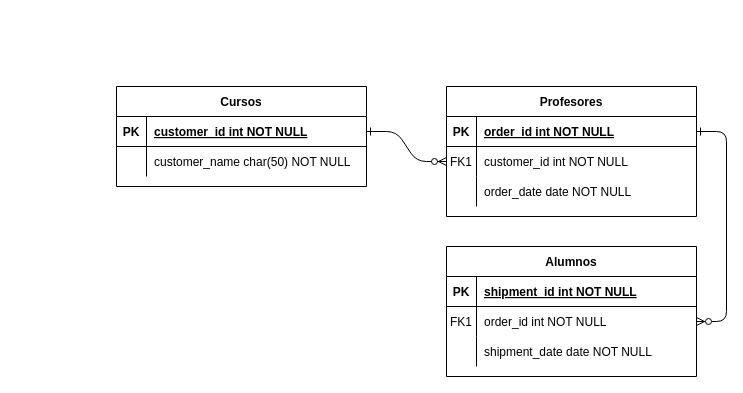
Above: Untitled Diagram.drawio in danielryvero/Data-Analyst (draw.io), before the change. Source tidied: cells renumbered, new cells numbered last; positions are measured from the earlier drawing's top-left corner, leaving out a move shared by most shapes. Both pictures are drawn from the tidied source at 100%, with x=0, y=0 at pixel (116, 86).
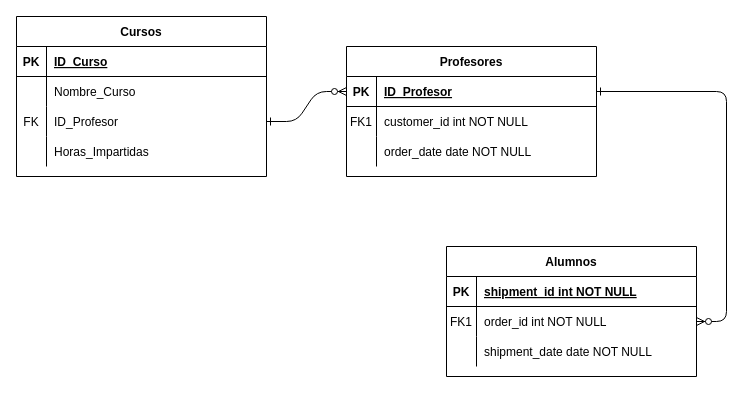
Above is the later version.

Unchanged cells that the change refers to:
```xml
<mxCell id="5" style="shape=partialRectangle;fillColor=none;points=[[0,0.5],[1,0.5]];portConstraint=eastwest;top=0;left=0;right=0;bottom=1;" parent="4" vertex="1">
  <mxGeometry y="30" width="250" height="30" as="geometry" />
</mxCell>
<mxCell id="8" style="shape=partialRectangle;fillColor=none;points=[[0,0.5],[1,0.5]];portConstraint=eastwest;top=0;left=0;right=0;bottom=0;" parent="4" vertex="1">
  <mxGeometry y="60" width="250" height="30" as="geometry" />
</mxCell>
<mxCell id="25" style="shape=partialRectangle;fillColor=none;points=[[0,0.5],[1,0.5]];portConstraint=eastwest;top=0;left=0;right=0;bottom=1;" parent="24" vertex="1">
  <mxGeometry y="30" width="250" height="30" as="geometry" />
</mxCell>
<mxCell id="28" style="shape=partialRectangle;fillColor=none;top=0;left=0;right=0;bottom=0;" parent="24" vertex="1">
  <mxGeometry y="60" width="250" height="30" as="geometry" />
</mxCell>
```

Diff of the diagram source:
```diff
@@
-    <mxCell id="2" style="edgeStyle=entityRelationEdgeStyle;endArrow=ERzeroToMany;startArrow=ERone;endFill=1;startFill=0;" parent="1" edge="1" source="25" target="8">
+    <mxCell id="2" style="edgeStyle=entityRelationEdgeStyle;endArrow=ERzeroToMany;startArrow=ERone;endFill=1;startFill=0;exitX=1;exitY=0.5;exitDx=0;exitDy=0;entryX=0;entryY=0.5;entryDx=0;entryDy=0;" parent="1" edge="1" source="31" target="5">
       <mxGeometry relative="1" as="geometry" />
     </mxCell>
@@
     <mxCell id="4" value="Profesores" style="shape=table;startSize=30;childLayout=tableLayout;rowLines=0;fontStyle=1;align=center;" parent="1" vertex="1">
-      <mxGeometry x="330" width="250" height="130" as="geometry" />
+      <mxGeometry x="230" y="-40" width="250" height="130" as="geometry" />
     </mxCell>
@@
-    <mxCell id="7" value="order_id int NOT NULL " style="shape=partialRectangle;overflow=hidden;fillColor=none;top=0;left=0;bottom=0;right=0;align=left;spacingLeft=6;fontStyle=5;" parent="5" vertex="1">
+    <mxCell id="7" value="ID_Profesor" style="shape=partialRectangle;overflow=hidden;fillColor=none;top=0;left=0;bottom=0;right=0;align=left;spacingLeft=6;fontStyle=5;" parent="5" vertex="1">
       <mxGeometry x="30" width="220" height="30" as="geometry" />
     </mxCell>
@@
     <mxCell id="24" value="Cursos" style="shape=table;startSize=30;childLayout=tableLayout;rowLines=0;fontStyle=1;align=center;" parent="1" vertex="1">
-      <mxGeometry width="250" height="100" as="geometry" />
+      <mxGeometry x="-100" y="-70" width="250" height="160" as="geometry" />
     </mxCell>
@@
-    <mxCell id="27" value="customer_id int NOT NULL " style="shape=partialRectangle;overflow=hidden;fillColor=none;top=0;left=0;bottom=0;right=0;align=left;spacingLeft=6;fontStyle=5;" parent="25" vertex="1">
+    <mxCell id="27" value="ID_Curso" style="shape=partialRectangle;overflow=hidden;fillColor=none;top=0;left=0;bottom=0;right=0;align=left;spacingLeft=6;fontStyle=5;" parent="25" vertex="1">
       <mxGeometry x="30" width="220" height="30" as="geometry" />
     </mxCell>
@@
-    <mxCell id="30" value="customer_name char(50) NOT NULL" style="shape=partialRectangle;overflow=hidden;fillColor=none;top=0;left=0;bottom=0;right=0;align=left;spacingLeft=6;" parent="28" vertex="1">
+    <mxCell id="30" value="Nombre_Curso" style="shape=partialRectangle;overflow=hidden;fillColor=none;top=0;left=0;bottom=0;right=0;align=left;spacingLeft=6;" parent="28" vertex="1">
       <mxGeometry x="30" width="220" height="30" as="geometry" />
     </mxCell>
+    <mxCell id="31" style="shape=partialRectangle;fillColor=none;points=[[0,0.5],[1,0.5]];portConstraint=eastwest;top=0;left=0;right=0;bottom=0;" parent="24" vertex="1">
+      <mxGeometry y="90" width="250" height="30" as="geometry" />
+    </mxCell>
+    <mxCell id="32" value="FK" style="shape=partialRectangle;overflow=hidden;fillColor=none;top=0;left=0;bottom=0;right=0;" parent="31" vertex="1">
+      <mxGeometry width="30" height="30" as="geometry" />
+    </mxCell>
+    <mxCell id="33" value="ID_Profesor" style="shape=partialRectangle;overflow=hidden;fillColor=none;top=0;left=0;bottom=0;right=0;align=left;spacingLeft=6;" parent="31" vertex="1">
+      <mxGeometry x="30" width="220" height="30" as="geometry" />
+    </mxCell>
+    <mxCell id="34" style="shape=partialRectangle;fillColor=none;top=0;left=0;right=0;bottom=0;" parent="24" vertex="1">
+      <mxGeometry y="120" width="250" height="30" as="geometry" />
+    </mxCell>
+    <mxCell id="35" style="shape=partialRectangle;overflow=hidden;fillColor=none;top=0;left=0;bottom=0;right=0;" parent="34" vertex="1">
+      <mxGeometry width="30" height="30" as="geometry" />
+    </mxCell>
+    <mxCell id="36" value="Horas_Impartidas" style="shape=partialRectangle;overflow=hidden;fillColor=none;top=0;left=0;bottom=0;right=0;align=left;spacingLeft=6;" parent="34" vertex="1">
+      <mxGeometry x="30" width="220" height="30" as="geometry" />
+    </mxCell>
```
